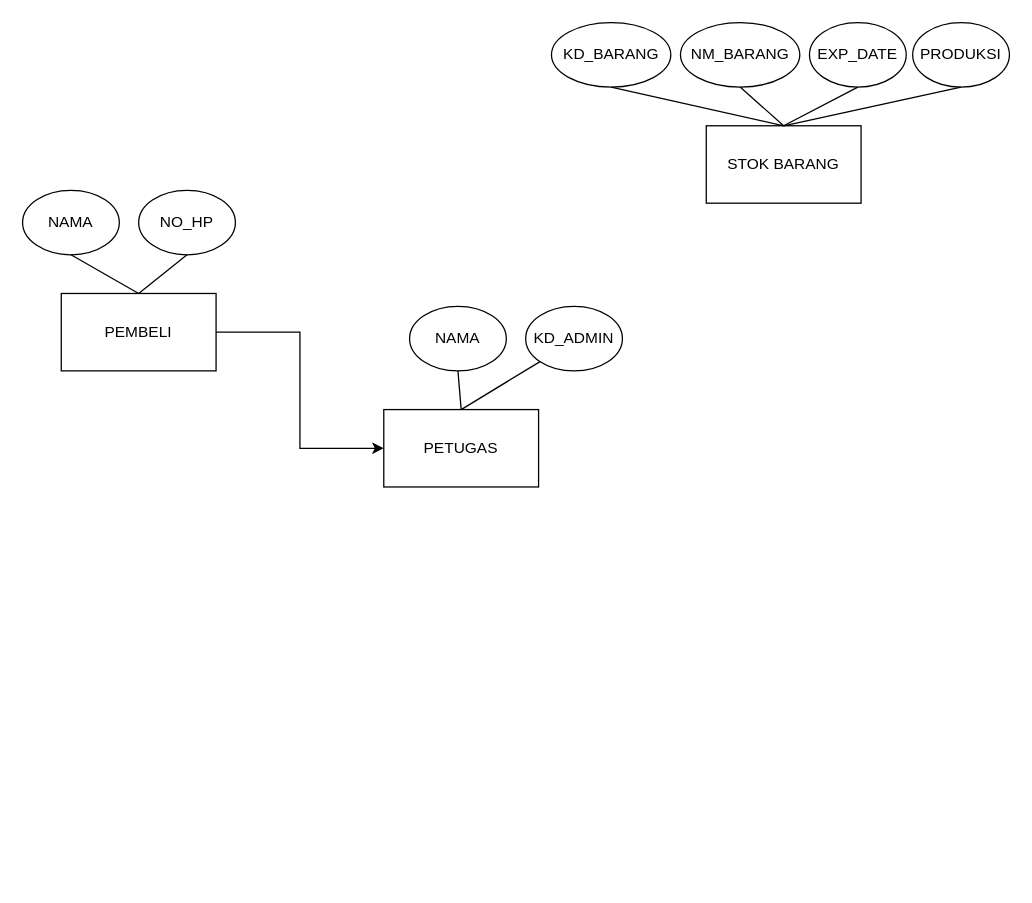
Above: .idea/Diagram Tanpa Judul.drawio in nuraliahfj/PraktikumJavaProyek (draw.io), before the change. Source tidied: cells renumbered, new cells numbered last; positions are measured from the earlier drawing's top-left corner, leaving out a move shared by most shapes. Both pictures are drawn from the tidied source at 129%, with x=0, y=0 at pixel (22, 22).
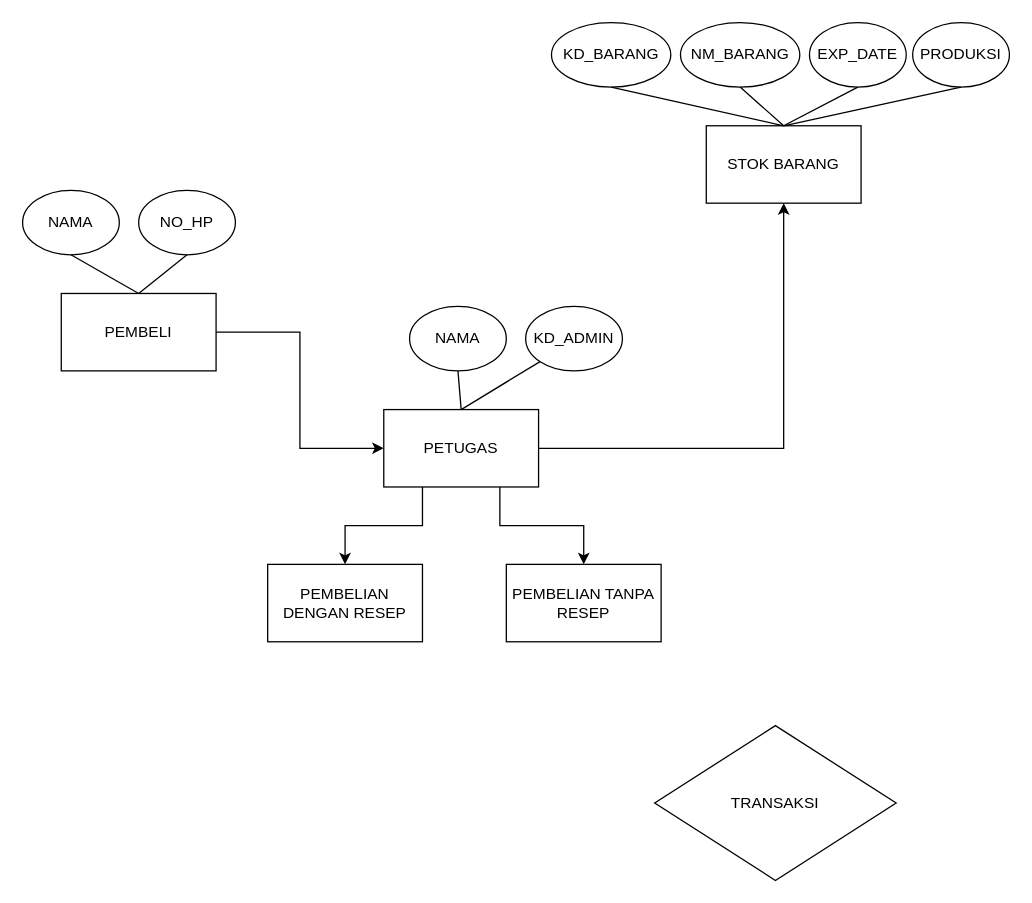
The same diagram, later.

Unchanged cells that the change refers to:
```xml
<mxCell id="8" value="PETUGAS" style="rounded=0;whiteSpace=wrap;html=1;" parent="1" vertex="1">
  <mxGeometry x="280" y="300" width="120" height="60" as="geometry" />
</mxCell>
<mxCell id="13" value="STOK BARANG" style="rounded=0;whiteSpace=wrap;html=1;" parent="1" vertex="1">
  <mxGeometry x="530" y="80" width="120" height="60" as="geometry" />
</mxCell>
```

What changed in the source:
```diff
@@
+    <mxCell id="22" style="edgeStyle=orthogonalEdgeStyle;rounded=0;jettySize=auto;html=1;exitX=1;exitY=0.5;exitDx=0;exitDy=0;entryX=0.5;entryY=1;entryDx=0;entryDy=0;" parent="1" edge="1" source="8" target="13">
+      <mxGeometry relative="1" as="geometry" />
+    </mxCell>
+    <mxCell id="23" style="edgeStyle=orthogonalEdgeStyle;rounded=0;jettySize=auto;html=1;exitX=0.25;exitY=1;exitDx=0;exitDy=0;entryX=0.5;entryY=0;entryDx=0;entryDy=0;" parent="1" edge="1" source="8" target="26">
+      <mxGeometry relative="1" as="geometry" />
+    </mxCell>
+    <mxCell id="24" style="edgeStyle=orthogonalEdgeStyle;rounded=0;jettySize=auto;html=1;exitX=0.75;exitY=1;exitDx=0;exitDy=0;entryX=0.5;entryY=0;entryDx=0;entryDy=0;" parent="1" edge="1" source="8" target="27">
+      <mxGeometry relative="1" as="geometry" />
+    </mxCell>
@@
+    <mxCell id="25" value="TRANSAKSI" style="rhombus;whiteSpace=wrap;html=1;" parent="1" vertex="1">
+      <mxGeometry x="490" y="545" width="187.2" height="120" as="geometry" />
+    </mxCell>
+    <mxCell id="26" value="PEMBELIAN DENGAN RESEP" style="rounded=0;whiteSpace=wrap;html=1;" parent="1" vertex="1">
+      <mxGeometry x="190" y="420" width="120" height="60" as="geometry" />
+    </mxCell>
+    <mxCell id="27" value="PEMBELIAN TANPA RESEP" style="rounded=0;whiteSpace=wrap;html=1;" parent="1" vertex="1">
+      <mxGeometry x="375" y="420" width="120" height="60" as="geometry" />
+    </mxCell>
```
